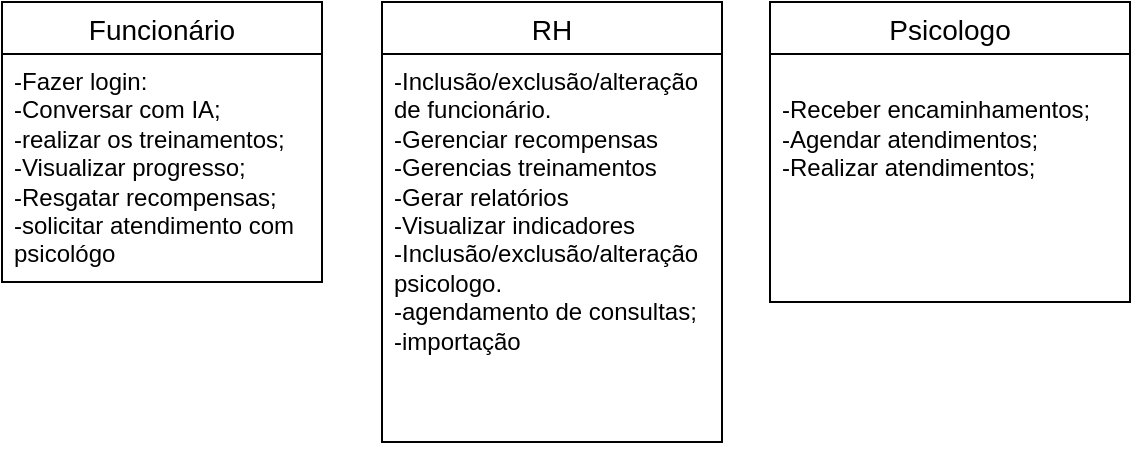
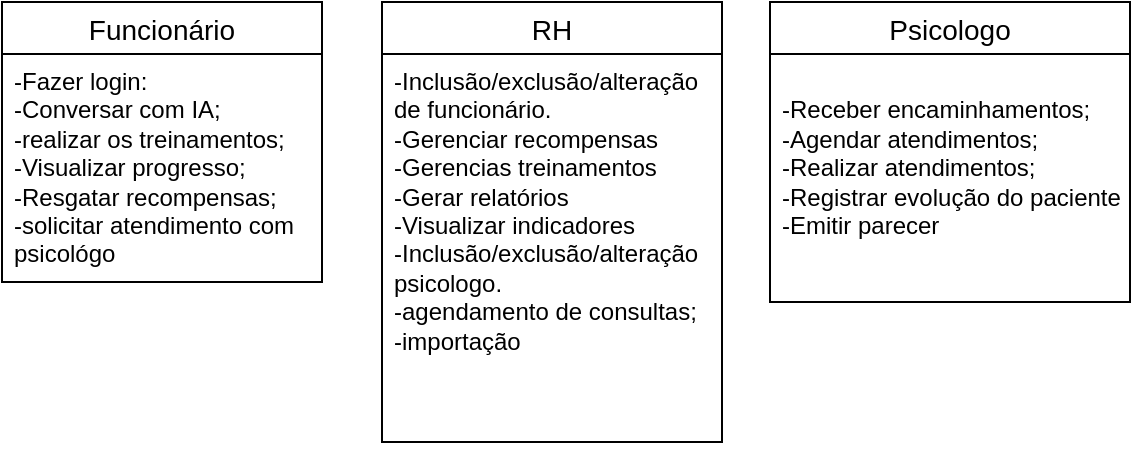
<mxfile host="app.diagrams.net">
  <diagram name="Página-1" id="Olnqo0z5X7HrJRJVDCDp">
-     <mxGraphModel dx="1224" dy="582" grid="1" gridSize="10" guides="1" tooltips="1" connect="1" arrows="1" fold="1" page="1" pageScale="1" pageWidth="827" pageHeight="1169" math="0" shadow="0">
+     <mxGraphModel dx="703" dy="582" grid="1" gridSize="10" guides="1" tooltips="1" connect="1" arrows="1" fold="1" page="1" pageScale="1" pageWidth="827" pageHeight="1169" math="0" shadow="0">
      <root>
        <mxCell id="0" />
        <mxCell id="1" parent="0" />
        <mxCell id="BrtYY052EfEOkjj2CXpA-1" parent="1" style="swimlane;fontStyle=0;childLayout=stackLayout;horizontal=1;startSize=26;horizontalStack=0;resizeParent=1;resizeParentMax=0;resizeLast=0;collapsible=1;marginBottom=0;align=center;fontSize=14;" value="Funcionário" vertex="1">
          <mxGeometry height="140" width="160" x="30" y="130" as="geometry" />
        </mxCell>
        <mxCell id="BrtYY052EfEOkjj2CXpA-3" parent="BrtYY052EfEOkjj2CXpA-1" style="text;strokeColor=none;fillColor=none;spacingLeft=4;spacingRight=4;overflow=hidden;rotatable=0;points=[[0,0.5],[1,0.5]];portConstraint=eastwest;fontSize=12;whiteSpace=wrap;html=1;" value="-Fazer login:&lt;br&gt;-Conversar com IA;&lt;br&gt;-realizar os treinamentos;&lt;br&gt;-Visualizar progresso;&lt;br&gt;-Resgatar recompensas;&lt;br&gt;-solicitar atendimento com psicológo" vertex="1">
          <mxGeometry height="114" width="160" y="26" as="geometry" />
        </mxCell>
        <mxCell id="BrtYY052EfEOkjj2CXpA-5" parent="1" style="swimlane;fontStyle=0;childLayout=stackLayout;horizontal=1;startSize=26;horizontalStack=0;resizeParent=1;resizeParentMax=0;resizeLast=0;collapsible=1;marginBottom=0;align=center;fontSize=14;" value="RH" vertex="1">
          <mxGeometry height="220" width="170" x="220" y="130" as="geometry" />
        </mxCell>
        <mxCell id="BrtYY052EfEOkjj2CXpA-6" parent="BrtYY052EfEOkjj2CXpA-5" style="text;strokeColor=none;fillColor=none;spacingLeft=4;spacingRight=4;overflow=hidden;rotatable=0;points=[[0,0.5],[1,0.5]];portConstraint=eastwest;fontSize=12;whiteSpace=wrap;html=1;" value="-Inclusão/exclusão/alteração de funcionário.&lt;div&gt;-Gerenciar recompensas&lt;br&gt;-Gerencias treinamentos&lt;br&gt;-Gerar relatórios&lt;br&gt;-Visualizar indicadores&lt;br&gt;-Inclusão/exclusão/alteração psicologo.&lt;br&gt;-agendamento de consultas;&lt;br&gt;-importação&amp;nbsp;&lt;/div&gt;" vertex="1">
          <mxGeometry height="194" width="170" y="26" as="geometry" />
        </mxCell>
        <mxCell id="BrtYY052EfEOkjj2CXpA-8" parent="1" style="swimlane;fontStyle=0;childLayout=stackLayout;horizontal=1;startSize=26;horizontalStack=0;resizeParent=1;resizeParentMax=0;resizeLast=0;collapsible=1;marginBottom=0;align=center;fontSize=14;" value="Psicologo" vertex="1">
          <mxGeometry height="150" width="180" x="414" y="130" as="geometry" />
        </mxCell>
-         <mxCell id="BrtYY052EfEOkjj2CXpA-9" parent="BrtYY052EfEOkjj2CXpA-8" style="text;strokeColor=none;fillColor=none;spacingLeft=4;spacingRight=4;overflow=hidden;rotatable=0;points=[[0,0.5],[1,0.5]];portConstraint=eastwest;fontSize=12;whiteSpace=wrap;html=1;" value="&lt;div&gt;&lt;br&gt;-Receber encaminhamentos;&lt;br&gt;-Agendar atendimentos;&lt;br&gt;-Realizar atendimentos;&lt;/div&gt;" vertex="1">
+         <mxCell id="BrtYY052EfEOkjj2CXpA-9" parent="BrtYY052EfEOkjj2CXpA-8" style="text;strokeColor=none;fillColor=none;spacingLeft=4;spacingRight=4;overflow=hidden;rotatable=0;points=[[0,0.5],[1,0.5]];portConstraint=eastwest;fontSize=12;whiteSpace=wrap;html=1;" value="&lt;div&gt;&lt;br&gt;-Receber encaminhamentos;&lt;br&gt;-Agendar atendimentos;&lt;br&gt;-Realizar atendimentos;&lt;br&gt;-Registrar evolução do paciente&lt;br&gt;-Emitir parecer&lt;/div&gt;" vertex="1">
          <mxGeometry height="124" width="180" y="26" as="geometry" />
        </mxCell>
      </root>
    </mxGraphModel>
  </diagram>
</mxfile>
